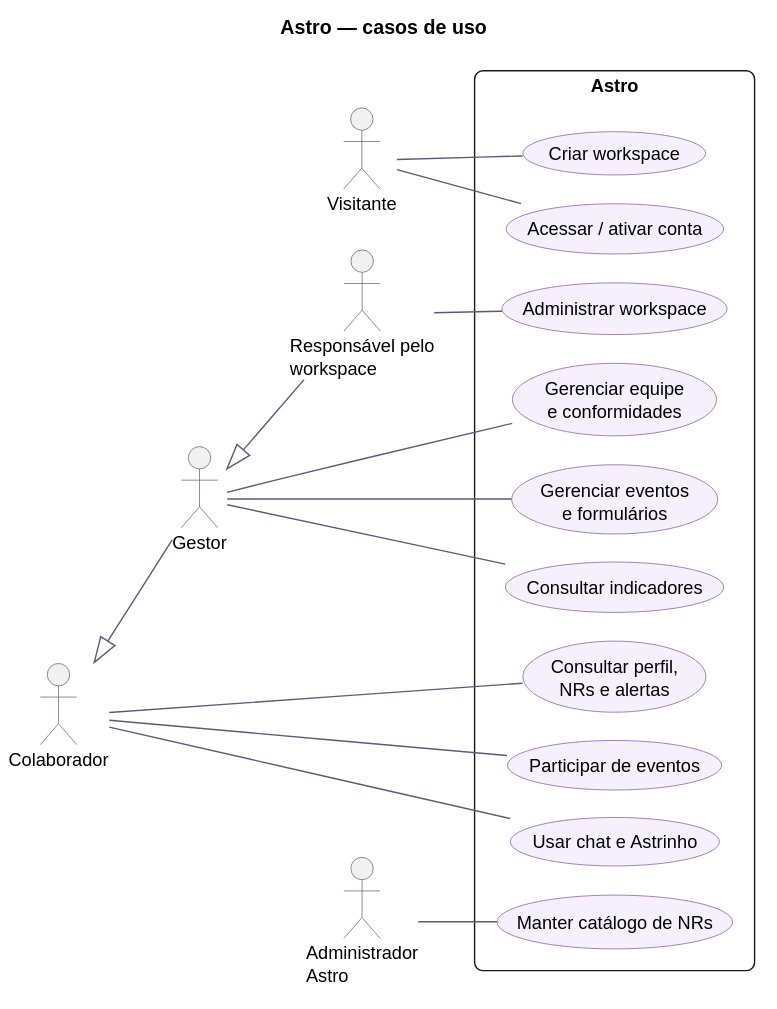
Above: diagrams/rendered/casos_de_uso.svg in Astro-Inter/astro-eqs-diagrams (PlantUML), before the change.
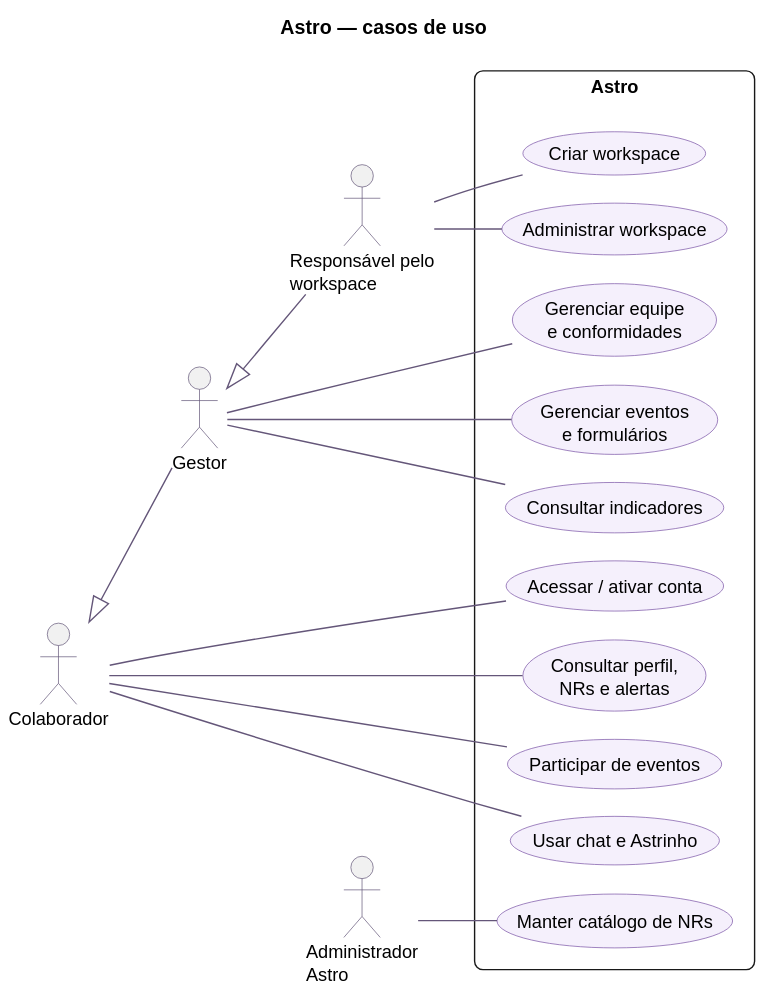
After the commit.

Commit message:
docs(SCRUM-558): ajustar atores de acesso e criacao do workspace

What changed in the source:
```diff
@@ -9,7 +9,6 @@
 skinparam usecaseBorderColor #7952A5
 skinparam actorBorderColor #645679
 
-actor "Visitante" as visitante
 actor "Colaborador" as colaborador
 actor "Gestor" as gestor
 actor "Responsável pelo\nworkspace" as responsavel
@@ -29,8 +28,8 @@
   usecase "Administrar workspace" as workspace
   usecase "Manter catálogo de NRs" as catalogo
 }
-visitante -- criar
-visitante -- acesso
+responsavel -- criar
+colaborador -- acesso
 colaborador -- perfil
 colaborador -- participar
 colaborador -- conversar
```
